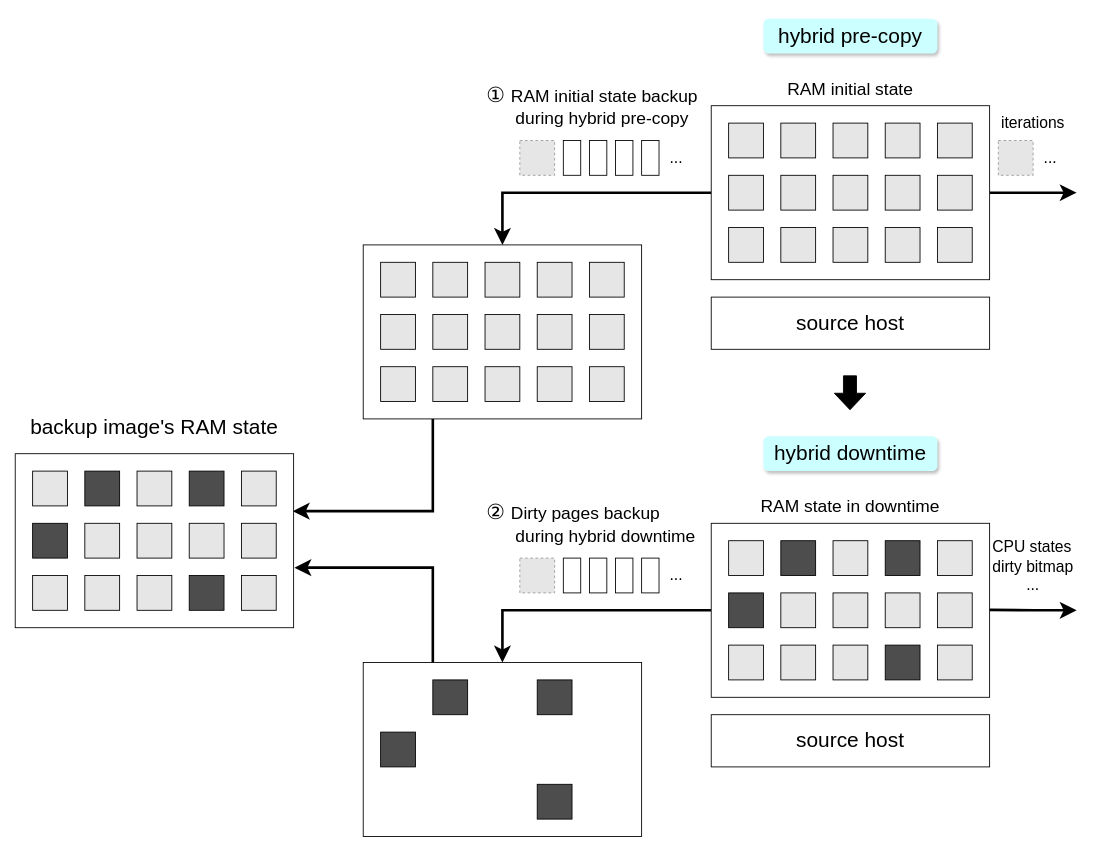
Before: final/backup's challenge.drawio in xuyizhe1999/drawio, a draw.io diagram. Source tidied: cells renumbered, new cells numbered last; positions are measured from the earlier drawing's top-left corner, leaving out a move shared by most shapes. Both pictures are drawn from the tidied source at 87%, with x=0, y=0 at pixel (15, 18). Pictures stored in the file or linked from it are replaced by grey dashed boxes.
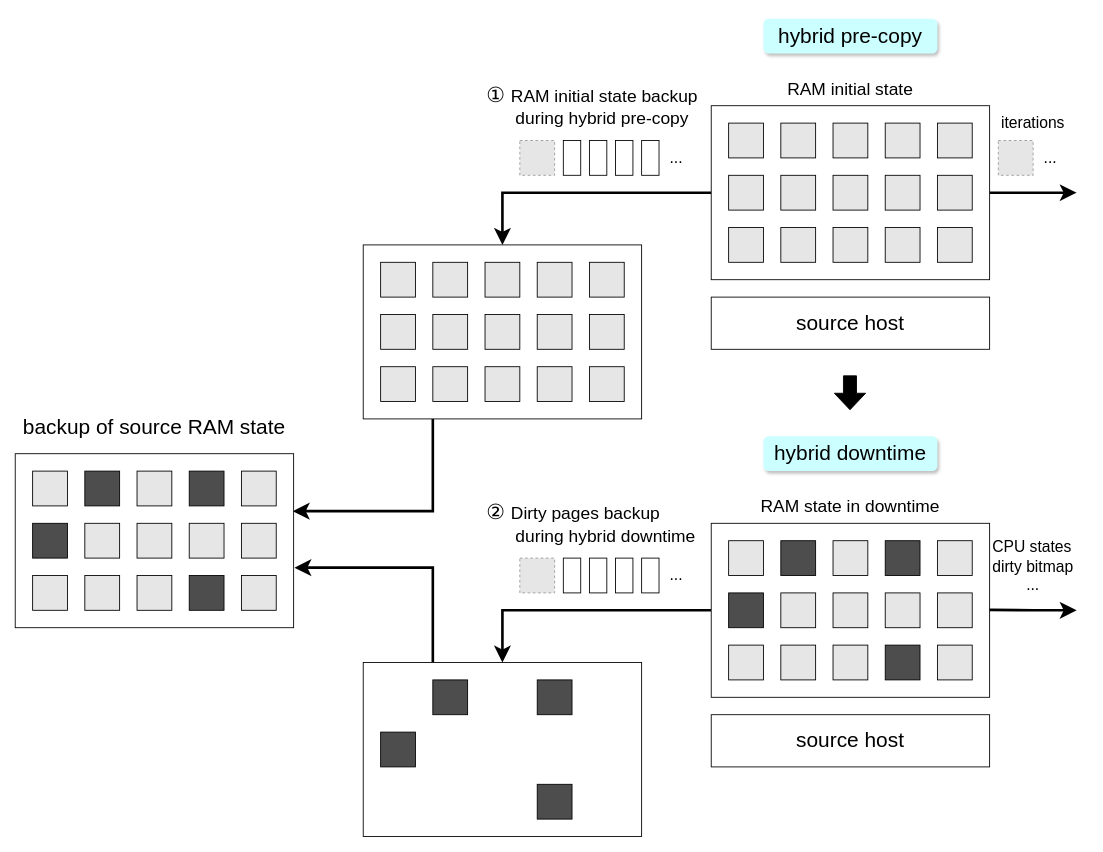
Above is the later version.

Change to the diagram source:
```diff
@@
-    <mxCell id="88" value="&lt;font style=&quot;font-size: 24px;&quot;&gt;backup image's RAM state&lt;/font&gt;" style="text;html=1;strokeColor=none;fillColor=none;align=center;verticalAlign=middle;whiteSpace=wrap;rounded=0;" parent="1" vertex="1">
+    <mxCell id="88" value="&lt;font style=&quot;font-size: 24px;&quot;&gt;backup of source RAM state&lt;/font&gt;" style="text;html=1;strokeColor=none;fillColor=none;align=center;verticalAlign=middle;whiteSpace=wrap;rounded=0;" parent="1" vertex="1">
       <mxGeometry y="440" width="320" height="60" as="geometry" />
     </mxCell>
```
